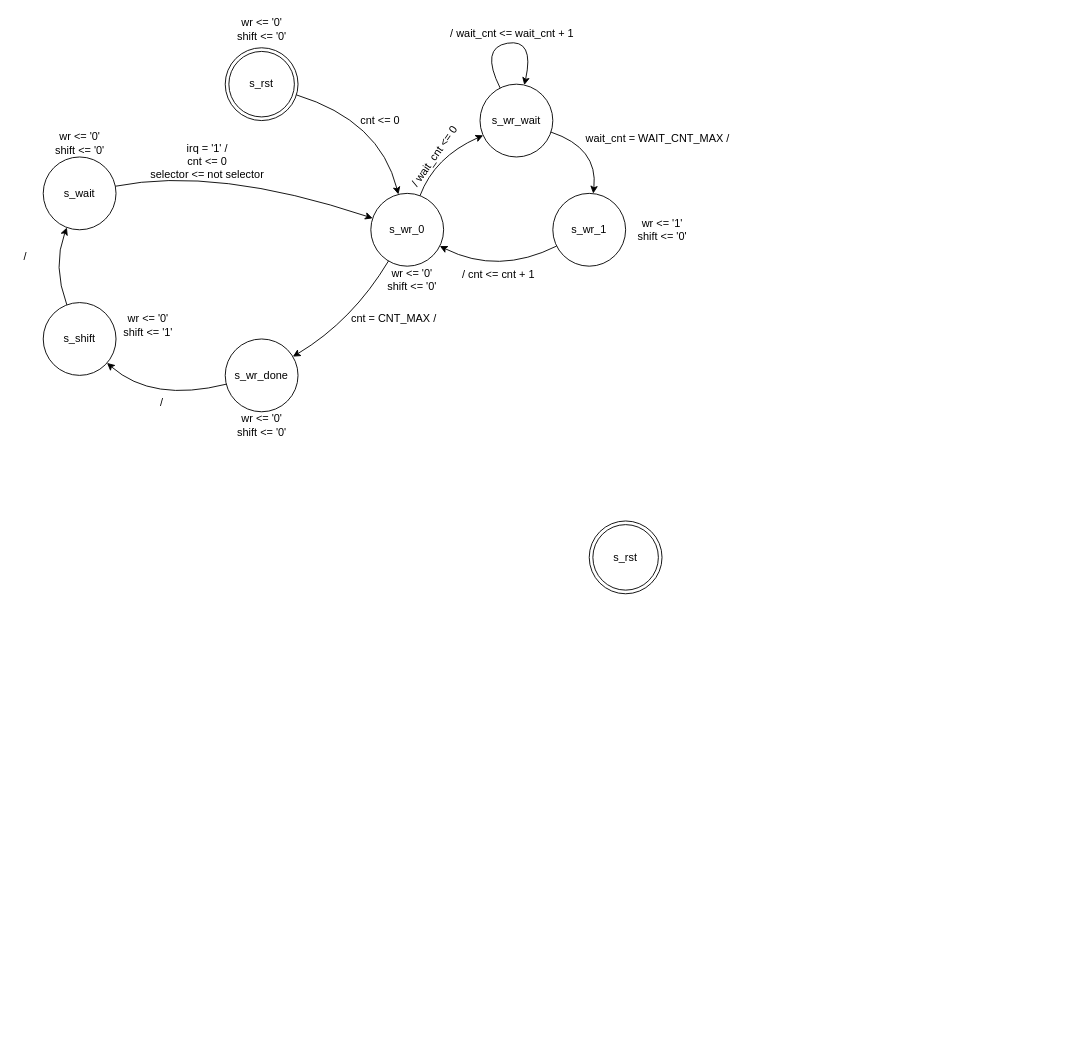
The draw.io diagram .figures/pingpong_simulator_FSM.drawio in frnyb/PL-Mag-Sensor, before the edit. Source tidied: cells renumbered, new cells numbered last; positions are measured from the earlier drawing's top-left corner, leaving out a move shared by most shapes. Both pictures are drawn from the tidied source at 91%, with x=0, y=0 at pixel (15, 15).
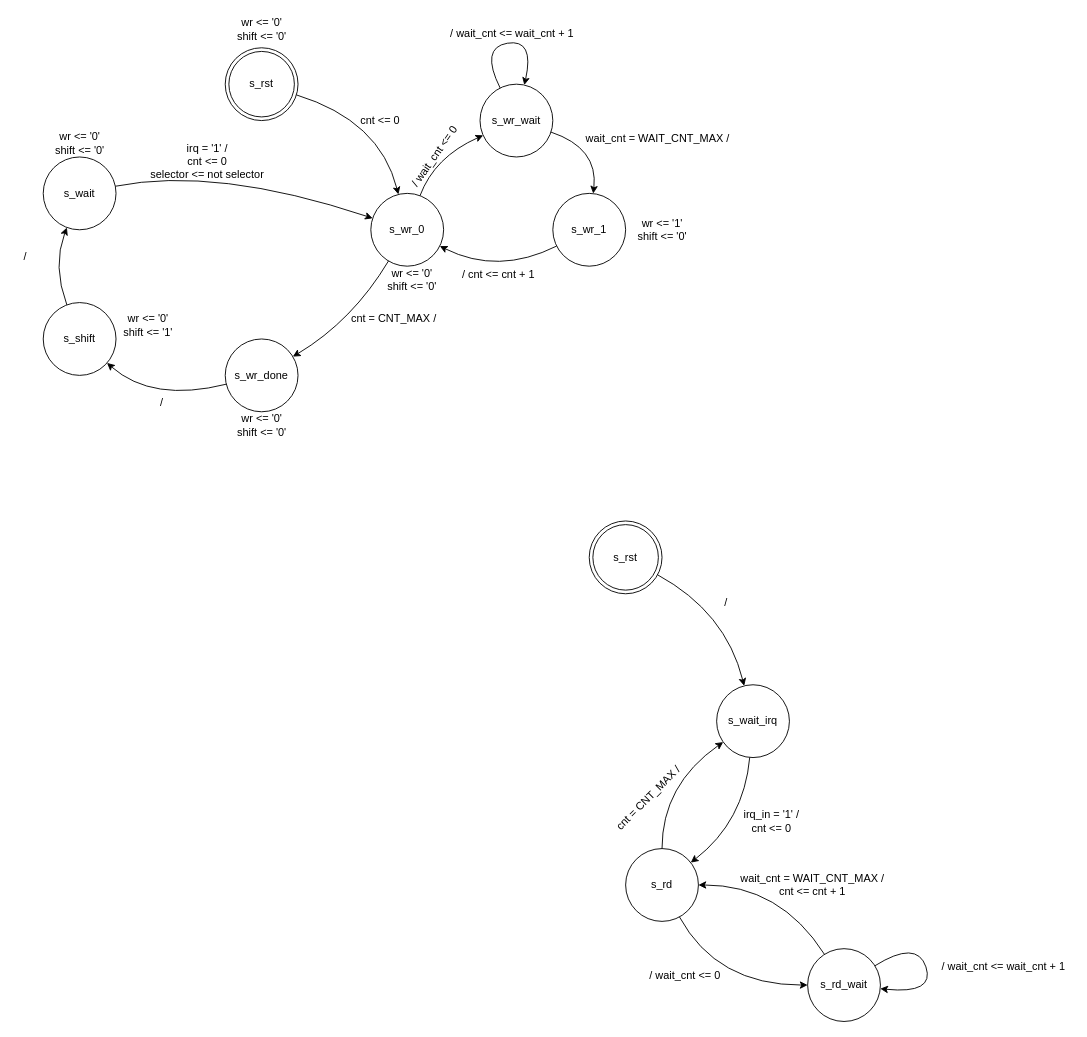
Above is the later version.

Unchanged cells that the change refers to:
```xml
<mxCell id="28" value="s_rst" style="ellipse;shape=doubleEllipse;whiteSpace=wrap;html=1;" parent="1" vertex="1">
  <mxGeometry x="630" y="555" width="80" height="80" as="geometry" />
</mxCell>
```

Change to the diagram source:
```diff
@@
+    <mxCell id="34" value="s_wait_irq" style="ellipse;whiteSpace=wrap;html=1;" parent="1" vertex="1">
+      <mxGeometry x="770" y="735" width="80" height="80" as="geometry" />
+    </mxCell>
+    <mxCell id="35" value="s_rd" style="ellipse;whiteSpace=wrap;html=1;" parent="1" vertex="1">
+      <mxGeometry x="670" y="915" width="80" height="80" as="geometry" />
+    </mxCell>
+    <mxCell id="36" value="s_rd_wait" style="ellipse;whiteSpace=wrap;html=1;" parent="1" vertex="1">
+      <mxGeometry x="870" y="1025" width="80" height="80" as="geometry" />
+    </mxCell>
+    <mxCell id="37" style="curved=1;endArrow=classic;html=1;rounded=0;" parent="1" edge="1" source="28" target="34">
+      <mxGeometry relative="1" as="geometry">
+        <Array as="points">
+          <mxPoint x="780" y="655" />
+        </Array>
+      </mxGeometry>
+    </mxCell>
+    <mxCell id="38" value="/" style="text;html=1;align=center;verticalAlign=middle;strokeColor=none;fillColor=none;" parent="1" vertex="1">
+      <mxGeometry x="770" y="635" width="20" height="20" as="geometry" />
+    </mxCell>
+    <mxCell id="39" style="curved=1;endArrow=classic;html=1;rounded=0;" parent="1" edge="1" source="34" target="35">
+      <mxGeometry relative="1" as="geometry">
+        <Array as="points">
+          <mxPoint x="800" y="885" />
+        </Array>
+      </mxGeometry>
+    </mxCell>
+    <mxCell id="40" value="&lt;div&gt;irq_in = '1' /&lt;/div&gt;&lt;div&gt;cnt &amp;lt;= 0&lt;br&gt;&lt;/div&gt;" style="text;html=1;align=center;verticalAlign=middle;strokeColor=none;fillColor=none;" parent="1" vertex="1">
+      <mxGeometry x="790" y="870" width="80" height="30" as="geometry" />
+    </mxCell>
+    <mxCell id="41" style="curved=1;endArrow=classic;html=1;rounded=0;" parent="1" edge="1" source="35" target="36">
+      <mxGeometry relative="1" as="geometry">
+        <Array as="points">
+          <mxPoint x="770" y="1065" />
+        </Array>
+      </mxGeometry>
+    </mxCell>
+    <mxCell id="42" value="/ wait_cnt &amp;lt;= 0" style="text;html=1;align=center;verticalAlign=middle;strokeColor=none;fillColor=none;" parent="1" vertex="1">
+      <mxGeometry x="690" y="1045" width="90" height="20" as="geometry" />
+    </mxCell>
+    <mxCell id="43" style="curved=1;endArrow=classic;html=1;rounded=0;" parent="1" edge="1" source="35" target="34">
+      <mxGeometry relative="1" as="geometry">
+        <Array as="points">
+          <mxPoint x="710" y="845" />
+        </Array>
+      </mxGeometry>
+    </mxCell>
+    <mxCell id="44" value="cnt = CNT_MAX /" style="text;html=1;align=center;verticalAlign=middle;strokeColor=none;fillColor=none;rotation=-45;" parent="1" vertex="1">
+      <mxGeometry x="640" y="850" width="110" height="20" as="geometry" />
+    </mxCell>
+    <mxCell id="45" style="curved=1;endArrow=classic;html=1;rounded=0;" parent="1" edge="1" source="36" target="35">
+      <mxGeometry relative="1" as="geometry">
+        <Array as="points">
+          <mxPoint x="840" y="955" />
+        </Array>
+      </mxGeometry>
+    </mxCell>
+    <mxCell id="46" value="&lt;div&gt;wait_cnt = WAIT_CNT_MAX /&lt;/div&gt;cnt &amp;lt;= cnt + 1" style="text;html=1;align=center;verticalAlign=middle;strokeColor=none;fillColor=none;" parent="1" vertex="1">
+      <mxGeometry x="790" y="940" width="170" height="30" as="geometry" />
+    </mxCell>
+    <mxCell id="47" style="curved=1;endArrow=classic;html=1;rounded=0;" parent="1" edge="1" source="36" target="36">
+      <mxGeometry relative="1" as="geometry">
+        <Array as="points">
+          <mxPoint x="990" y="1015" />
+          <mxPoint x="1010" y="1075" />
+        </Array>
+      </mxGeometry>
+    </mxCell>
+    <mxCell id="48" value="/ wait_cnt &amp;lt;= wait_cnt + 1" style="text;html=1;align=center;verticalAlign=middle;strokeColor=none;fillColor=none;" parent="1" vertex="1">
+      <mxGeometry x="1010" y="1035" width="150" height="20" as="geometry" />
+    </mxCell>
```
